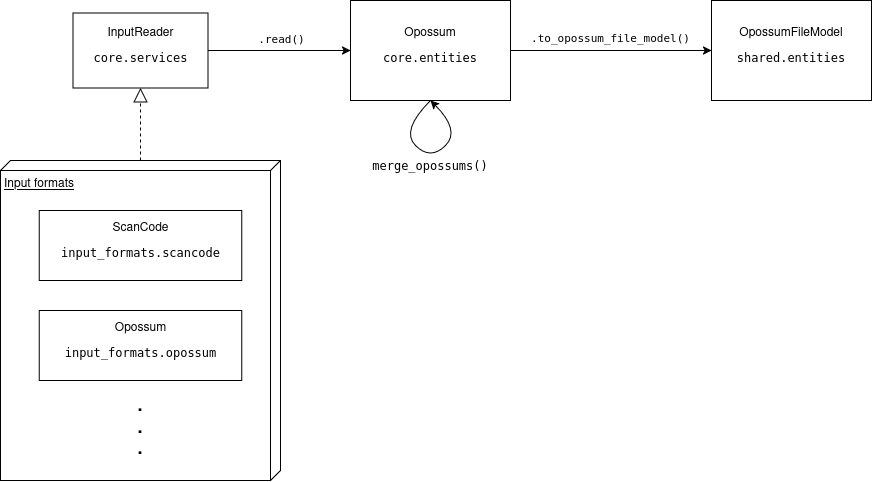
opossum-tool/opossum-file keeps this draw.io diagram as docs/opossum-file-architecture.png. Above is the earlier version. Source tidied: cells renumbered, new cells last; positions are measured from the earlier drawing's top-left corner, leaving out a move shared by most shapes.
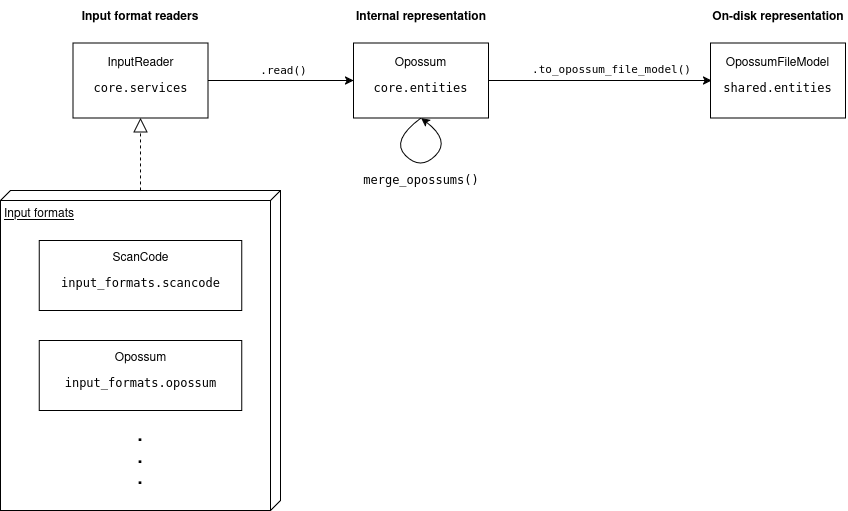
After the change.

The edit, as a diff of the source:
```diff
@@ -13,12 +13,11 @@
     <mxCell id="4" value="Input formats" style="verticalAlign=top;align=left;spacingTop=8;spacingLeft=2;spacingRight=12;shape=cube;size=10;direction=south;fontStyle=4;html=1;whiteSpace=wrap;" parent="1" vertex="1">
       <mxGeometry y="160" width="280" height="320" as="geometry" />
     </mxCell>
-    <mxCell id="5" style="edgeStyle=orthogonalEdgeStyle;rounded=0;jettySize=auto;html=1;entryX=0;entryY=0.5;entryDx=0;entryDy=0;exitX=1;exitY=0.5;exitDx=0;exitDy=0;" parent="1" edge="1" source="6" target="15">
-      <mxGeometry relative="1" as="geometry" />
+    <mxCell id="5" style="edgeStyle=orthogonalEdgeStyle;rounded=0;jettySize=auto;html=1;entryX=0;entryY=0.5;entryDx=0;entryDy=0;exitX=1;exitY=0.5;exitDx=0;exitDy=0;" parent="1" edge="1" source="6">
+      <mxGeometry relative="1" as="geometry">
+        <mxPoint x="711" y="50" as="targetPoint" />
+      </mxGeometry>
     </mxCell>
-    <mxCell id="6" value="&lt;div&gt;Opossum&lt;/div&gt;&lt;pre&gt;core.entities&lt;/pre&gt;" style="html=1;whiteSpace=wrap;" parent="1" vertex="1">
-      <mxGeometry x="350" width="160" height="100" as="geometry" />
-    </mxCell>
     <mxCell id="7" value="&lt;div&gt;ScanCode&lt;/div&gt;&lt;pre&gt;input_formats.scancode&lt;/pre&gt;" style="html=1;whiteSpace=wrap;" parent="1" vertex="1">
       <mxGeometry x="38.8" y="210" width="202.5" height="70" as="geometry" />
     </mxCell>
@@ -34,24 +33,35 @@
     <mxCell id="11" style="endArrow=block;dashed=1;endFill=0;endSize=12;html=1;rounded=0;entryX=0.5;entryY=1;entryDx=0;entryDy=0;" parent="1" edge="1" source="4" target="10">
       <mxGeometry relative="1" as="geometry" />
     </mxCell>
-    <mxCell id="12" style="curved=1;endArrow=classic;html=1;rounded=0;exitX=0.5;exitY=1;exitDx=0;exitDy=0;" parent="1" edge="1" source="6">
+    <mxCell id="12" style="curved=1;endArrow=classic;html=1;rounded=0;exitX=0.5;exitY=1;exitDx=0;exitDy=0;entryX=0.5;entryY=1;entryDx=0;entryDy=0;" parent="1" edge="1" source="6" target="6">
       <mxGeometry relative="1" as="geometry">
-        <mxPoint x="430" y="100" as="targetPoint" />
         <Array as="points">
-          <mxPoint x="400" y="130" />
-          <mxPoint x="430" y="160" />
-          <mxPoint x="460" y="130" />
+          <mxPoint x="390" y="110" />
+          <mxPoint x="420" y="140" />
+          <mxPoint x="450" y="110" />
         </Array>
       </mxGeometry>
     </mxCell>
     <mxCell id="13" value="&lt;pre&gt;merge_opossums()&lt;/pre&gt;" style="text;html=1;align=center;verticalAlign=middle;whiteSpace=wrap;rounded=0;" parent="1" vertex="1">
-      <mxGeometry x="370" y="150" width="120" height="30" as="geometry" />
+      <mxGeometry x="360.5" y="134" width="120" height="30" as="geometry" />
     </mxCell>
     <mxCell id="14" value="&lt;pre&gt;.to_opossum_file_model()&lt;/pre&gt;" style="edgeLabel;html=1;align=center;verticalAlign=middle;labelBackgroundColor=none;" parent="1" vertex="1">
       <mxGeometry x="610" y="37" as="geometry" />
     </mxCell>
+    <mxCell id="6" value="&lt;div&gt;Opossum&lt;/div&gt;&lt;pre&gt;core.entities&lt;/pre&gt;" style="html=1;whiteSpace=wrap;" parent="1" vertex="1">
+      <mxGeometry x="353" y="12.5" width="135" height="75" as="geometry" />
+    </mxCell>
     <mxCell id="15" value="&lt;div&gt;OpossumFileModel&lt;/div&gt;&lt;pre&gt;shared.entities&lt;/pre&gt;" style="html=1;whiteSpace=wrap;" parent="1" vertex="1">
-      <mxGeometry x="711" width="160" height="100" as="geometry" />
+      <mxGeometry x="710" y="12.5" width="135" height="75" as="geometry" />
     </mxCell>
+    <mxCell id="16" value="Input format readers" style="text;html=1;align=center;verticalAlign=middle;whiteSpace=wrap;rounded=0;shadow=0;fontStyle=1;" parent="1" vertex="1">
+      <mxGeometry x="70" y="-30" width="140" height="30" as="geometry" />
+    </mxCell>
+    <mxCell id="17" value="Internal representation" style="text;html=1;align=center;verticalAlign=middle;whiteSpace=wrap;rounded=0;shadow=0;fontStyle=1;" parent="1" vertex="1">
+      <mxGeometry x="350.5" y="-30" width="140" height="30" as="geometry" />
+    </mxCell>
+    <mxCell id="18" value="On-disk representation" style="text;html=1;align=center;verticalAlign=middle;whiteSpace=wrap;rounded=0;shadow=0;fontStyle=1;" parent="1" vertex="1">
+      <mxGeometry x="707.5" y="-30" width="140" height="30" as="geometry" />
+    </mxCell>
   </root>
 </mxGraphModel>
```
